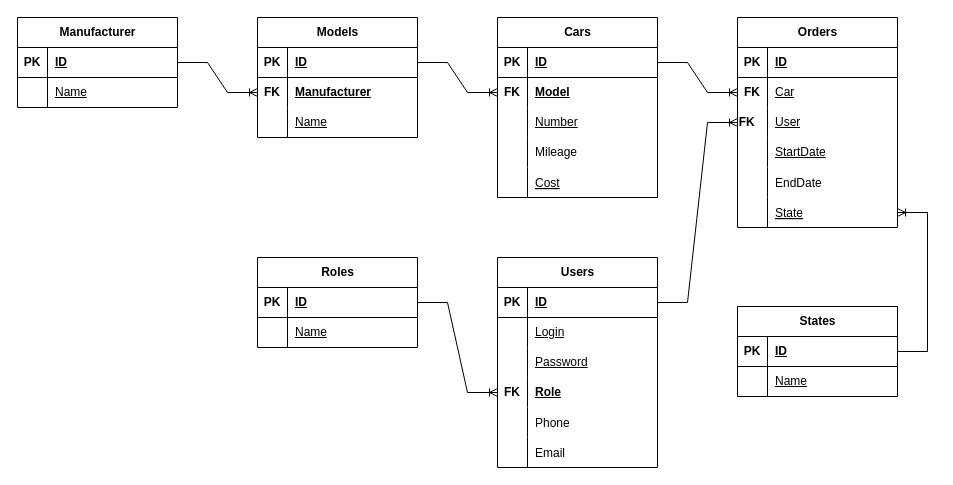
Before: attachments/ER Diagram.drawio in G82ft/edu-pract-24, a draw.io diagram. Source tidied: cells renumbered, new cells numbered last; positions are measured from the earlier drawing's top-left corner, leaving out a move shared by most shapes. Both pictures are drawn from the tidied source at 100%, with x=0, y=0 at pixel (17, 17).
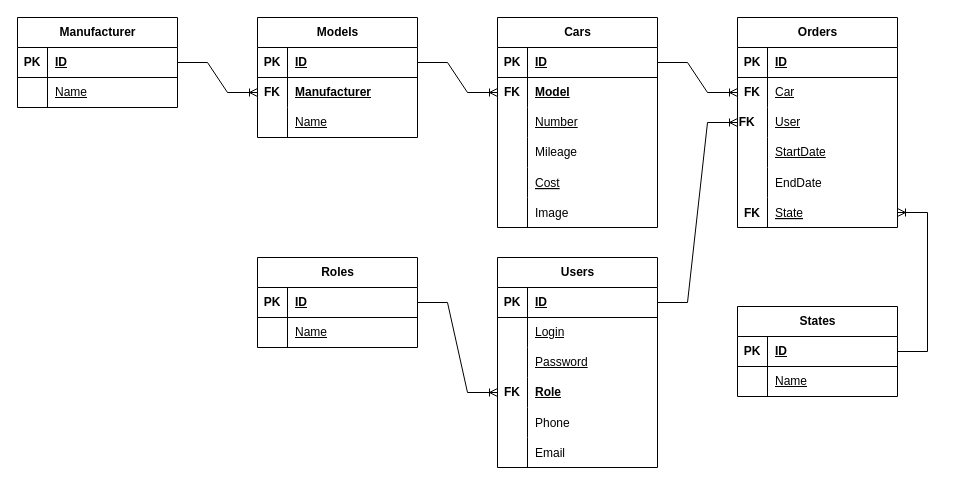
Above is the later version.

Unchanged cells that the change refers to:
```xml
<mxCell id="77" style="shape=tableRow;horizontal=0;startSize=0;swimlaneHead=0;swimlaneBody=0;fillColor=none;points=[[0,0.5],[1,0.5]];portConstraint=eastwest;top=0;left=0;right=0;bottom=0;" parent="61" vertex="1">
  <mxGeometry y="180" width="160" height="30" as="geometry" />
</mxCell>
```

The edit, as a diff of the source:
```diff
@@
     <mxCell id="2" value="Cars" style="shape=table;startSize=30;childLayout=tableLayout;rowLines=0;fontStyle=1;align=center;html=1;" parent="1" vertex="1">
-      <mxGeometry x="480" width="160" height="180" as="geometry" />
+      <mxGeometry x="480" width="160" height="210" as="geometry" />
     </mxCell>
@@
+    <mxCell id="93" style="shape=tableRow;horizontal=0;startSize=0;swimlaneHead=0;swimlaneBody=0;fillColor=none;top=0;left=0;right=0;bottom=0;" parent="2" vertex="1">
+      <mxGeometry y="180" width="160" height="30" as="geometry" />
+    </mxCell>
+    <mxCell id="94" style="shape=partialRectangle;fillColor=none;top=0;left=0;bottom=0;right=0;overflow=hidden;" parent="93" vertex="1">
+      <mxGeometry width="30" height="30" as="geometry" />
+    </mxCell>
+    <mxCell id="95" value="Image" style="shape=partialRectangle;fillColor=none;top=0;left=0;bottom=0;right=0;align=left;spacingLeft=6;overflow=hidden;" parent="93" vertex="1">
+      <mxGeometry x="30" width="130" height="30" as="geometry" />
+    </mxCell>
@@
-    <mxCell id="78" style="shape=partialRectangle;fillColor=none;top=0;left=0;bottom=0;right=0;overflow=hidden;" parent="77" vertex="1">
+    <mxCell id="78" value="FK" style="shape=partialRectangle;fillColor=none;top=0;left=0;bottom=0;right=0;overflow=hidden;strokeColor=default;align=center;verticalAlign=middle;fontFamily=Helvetica;fontSize=12;fontColor=default;fontStyle=1;" parent="77" vertex="1">
       <mxGeometry width="30" height="30" as="geometry" />
     </mxCell>
```
